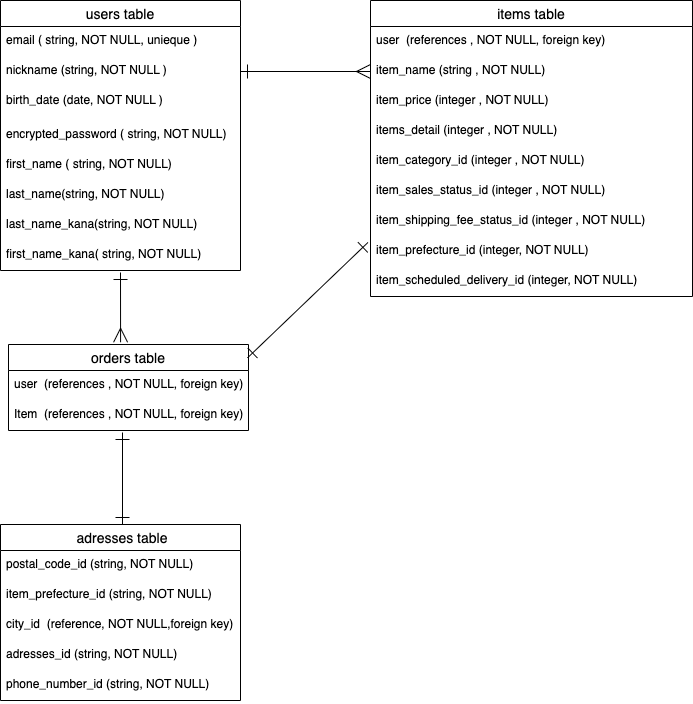
Before: app/views/orders/furima.ER..drawio.png, a diagram exported from draw.io (Jyoumama/furima-40508). Source tidied: cells renumbered, new cells last; positions are measured from the earlier drawing's top-left corner, leaving out a move shared by most shapes.
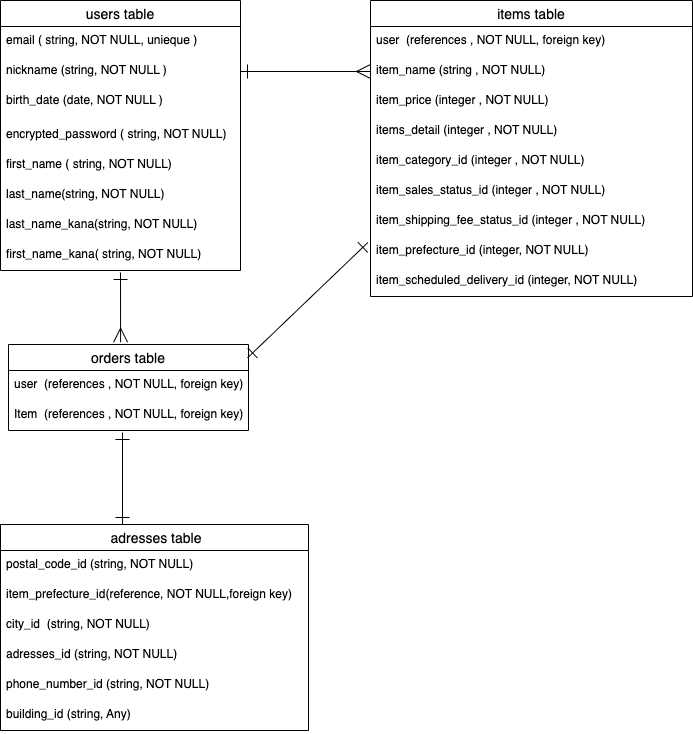
After the commit.

Commit message:
READMEとER図の５回目の修正

Change to the diagram source:
```diff
@@ -77,23 +77,26 @@
       <mxGeometry relative="1" as="geometry" />
     </mxCell>
     <mxCell id="26" value=" adresses table" style="swimlane;fontStyle=0;horizontal=1;startSize=26;align=center;fontSize=14;" parent="1" vertex="1">
-      <mxGeometry y="524" width="240" height="176" as="geometry" />
+      <mxGeometry y="524" width="308" height="206" as="geometry" />
     </mxCell>
     <mxCell id="27" value="postal_code_id (string, NOT NULL)" style="text;strokeColor=none;fillColor=none;spacingLeft=4;spacingRight=4;overflow=hidden;fontSize=12;" parent="26" vertex="1">
-      <mxGeometry y="26" width="240" height="30" as="geometry" />
+      <mxGeometry y="26" width="308" height="30" as="geometry" />
     </mxCell>
-    <mxCell id="28" value="item_prefecture_id (string, NOT NULL)" style="text;strokeColor=none;fillColor=none;spacingLeft=4;spacingRight=4;overflow=hidden;fontSize=12;" parent="26" vertex="1">
-      <mxGeometry y="56" width="240" height="30" as="geometry" />
+    <mxCell id="28" value="item_prefecture_id(reference, NOT NULL,foreign key)&#10;" style="text;strokeColor=none;fillColor=none;spacingLeft=4;spacingRight=4;overflow=hidden;fontSize=12;" parent="26" vertex="1">
+      <mxGeometry y="56" width="308" height="30" as="geometry" />
     </mxCell>
-    <mxCell id="29" value="city_id  (reference, NOT NULL,foreign key)" style="text;strokeColor=none;fillColor=none;spacingLeft=4;spacingRight=4;overflow=hidden;fontSize=12;" parent="26" vertex="1">
-      <mxGeometry y="86" width="240" height="30" as="geometry" />
+    <mxCell id="29" value="city_id  (string, NOT NULL)" style="text;strokeColor=none;fillColor=none;spacingLeft=4;spacingRight=4;overflow=hidden;fontSize=12;" parent="26" vertex="1">
+      <mxGeometry y="86" width="308" height="30" as="geometry" />
     </mxCell>
     <mxCell id="30" value="adresses_id (string, NOT NULL)" style="text;strokeColor=none;fillColor=none;spacingLeft=4;spacingRight=4;overflow=hidden;fontSize=12;" parent="26" vertex="1">
-      <mxGeometry y="116" width="240" height="30" as="geometry" />
+      <mxGeometry y="116" width="308" height="30" as="geometry" />
     </mxCell>
     <mxCell id="31" value="phone_number_id (string, NOT NULL)" style="text;strokeColor=none;fillColor=none;spacingLeft=4;spacingRight=4;overflow=hidden;fontSize=12;" parent="26" vertex="1">
-      <mxGeometry y="146" width="240" height="30" as="geometry" />
+      <mxGeometry y="146" width="308" height="30" as="geometry" />
     </mxCell>
+    <mxCell id="34" value="building_id (string, Any)" style="text;strokeColor=none;fillColor=none;spacingLeft=4;spacingRight=4;overflow=hidden;fontSize=12;" parent="26" vertex="1">
+      <mxGeometry y="176" width="308" height="30" as="geometry" />
+    </mxCell>
     <mxCell id="32" style="edgeStyle=none;html=1;exitX=1;exitY=0.5;exitDx=0;exitDy=0;entryX=0;entryY=0.5;entryDx=0;entryDy=0;endArrow=ERmany;endFill=0;jumpSize=10;endSize=12;startArrow=ERone;startFill=0;startSize=12;" parent="1" edge="1" source="4">
       <mxGeometry relative="1" as="geometry">
         <mxPoint x="370" y="71" as="targetPoint" />
```
